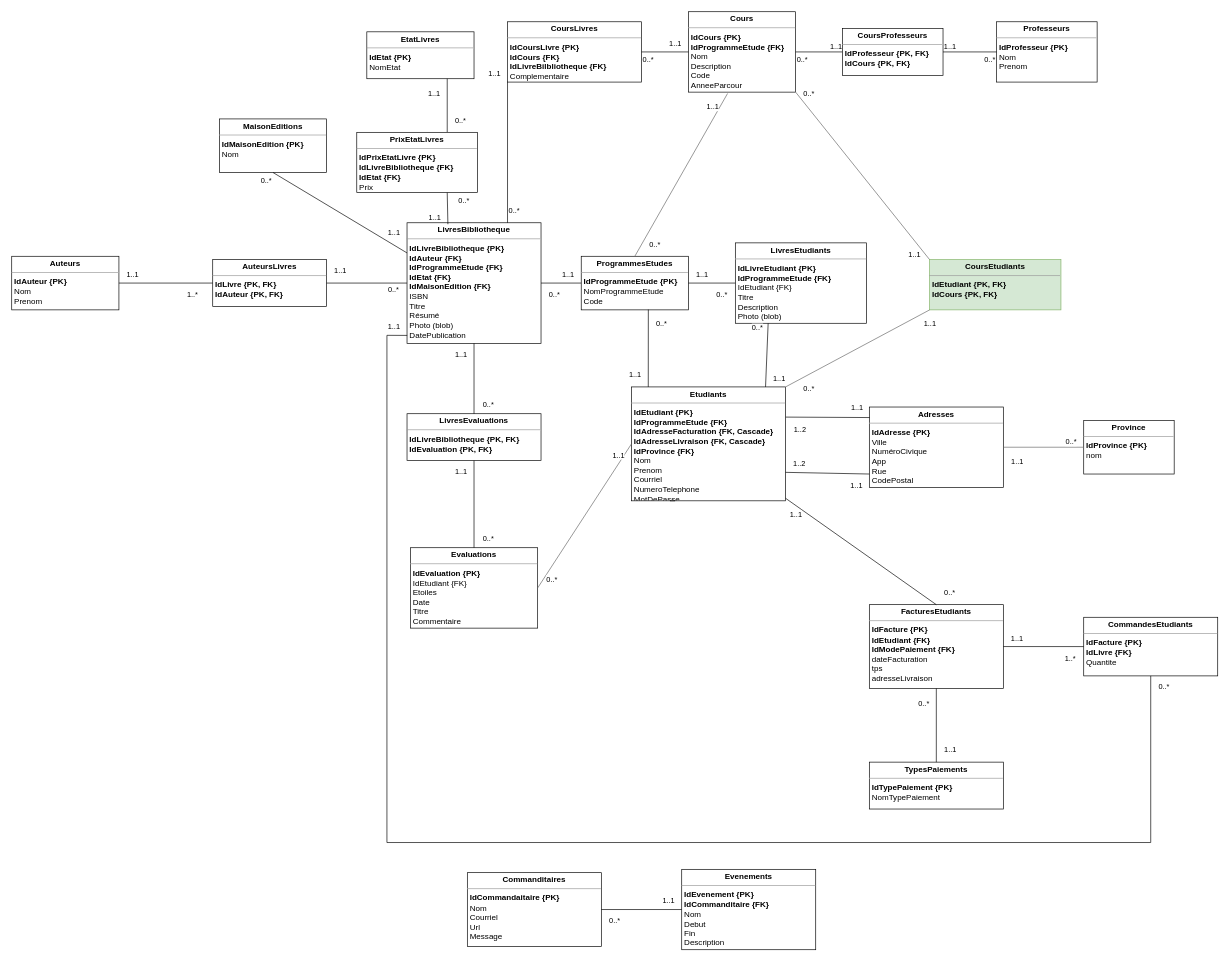
Above: page "Page-1" (1 of 2) of org/diagrammes/modele-bd/modele-bd.drawio in Feelschevreuil/vlisside-Survivor (draw.io), before the change. Source tidied: cells renumbered, new cells numbered last; positions are measured from the earlier drawing's top-left corner, leaving out a move shared by most shapes. Both pictures are drawn from the tidied source at 67%, with x=0, y=0 at pixel (11, 11).
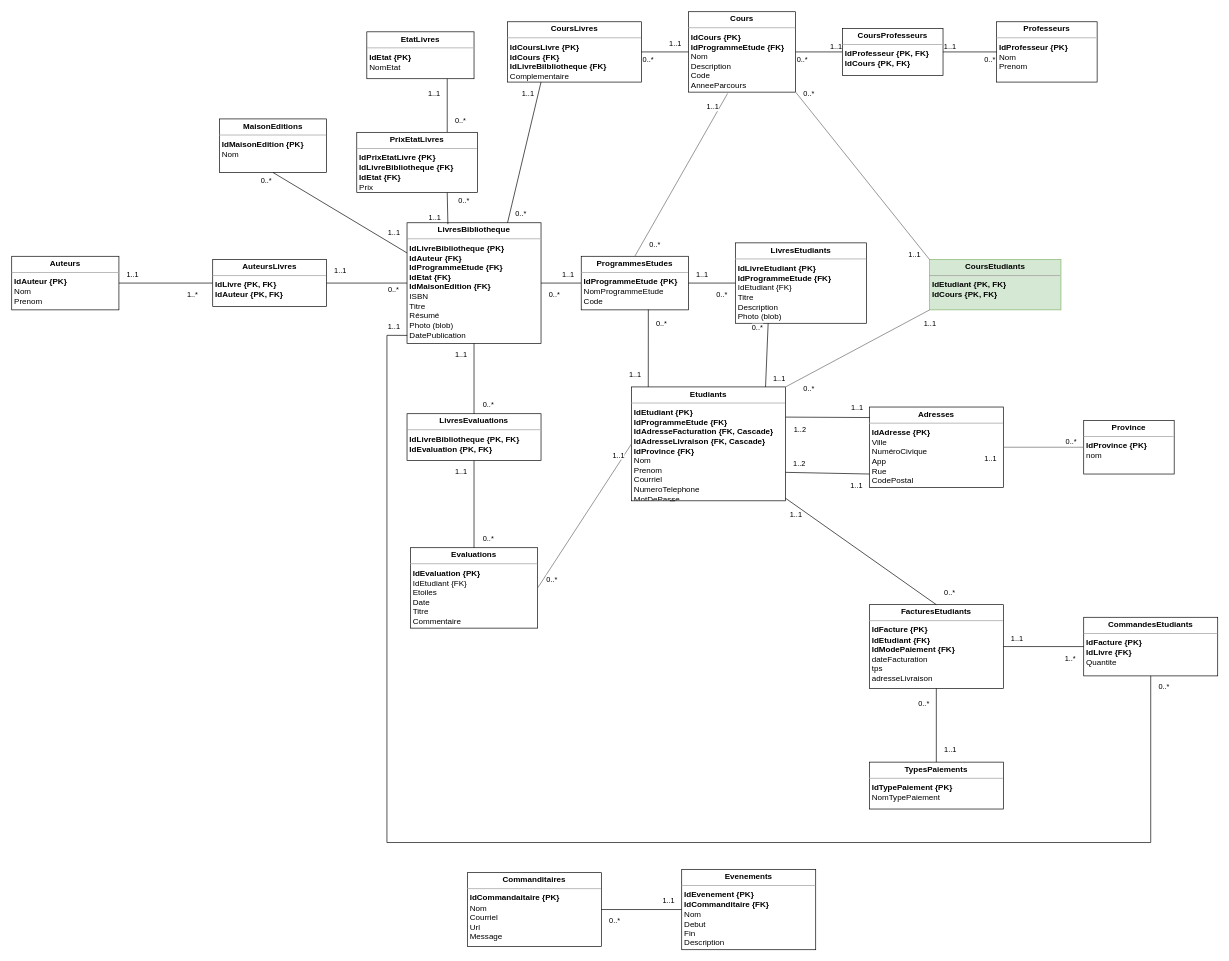
After the change.

Commit message:
docs: typo du modèle de donnée

Unchanged cells that the change refers to:
```xml
<mxCell id="2" value="&lt;p style=&quot;margin: 0px ; margin-top: 4px ; text-align: center&quot;&gt;&lt;b&gt;LivresBibliotheque&lt;/b&gt;&lt;/p&gt;&lt;hr size=&quot;1&quot;&gt;&lt;p style=&quot;margin: 0px ; margin-left: 4px&quot;&gt;&lt;b&gt;IdLivreBibliotheque {PK}&lt;/b&gt;&lt;/p&gt;&lt;p style=&quot;margin: 0px ; margin-left: 4px&quot;&gt;&lt;b&gt;IdAuteur {FK}&lt;/b&gt;&lt;/p&gt;&lt;p style=&quot;margin: 0px ; margin-left: 4px&quot;&gt;&lt;b&gt;IdProgrammeEtude {FK}&lt;/b&gt;&lt;/p&gt;&lt;p style=&quot;margin: 0px ; margin-left: 4px&quot;&gt;&lt;b&gt;IdEtat {FK}&lt;/b&gt;&lt;/p&gt;&lt;p style=&quot;margin: 0px ; margin-left: 4px&quot;&gt;&lt;b&gt;IdMaisonEdition {FK}&lt;/b&gt;&lt;/p&gt;&lt;p style=&quot;margin: 0px ; margin-left: 4px&quot;&gt;ISBN&lt;/p&gt;&lt;p style=&quot;margin: 0px ; margin-left: 4px&quot;&gt;Titre&lt;/p&gt;&lt;p style=&quot;margin: 0px ; margin-left: 4px&quot;&gt;Résumé&lt;/p&gt;&lt;p style=&quot;margin: 0px ; margin-left: 4px&quot;&gt;Photo (blob)&lt;/p&gt;&lt;p style=&quot;margin: 0px ; margin-left: 4px&quot;&gt;DatePublication&lt;/p&gt;" style="verticalAlign=top;align=left;overflow=fill;fontSize=12;fontFamily=Helvetica;html=1;" parent="1" vertex="1">
  <mxGeometry x="590" y="315" width="200" height="180" as="geometry" />
</mxCell>
<mxCell id="69" value="&lt;p style=&quot;margin: 0px ; margin-top: 4px ; text-align: center&quot;&gt;&lt;b&gt;CoursLivres&lt;/b&gt;&lt;/p&gt;&lt;hr size=&quot;1&quot;&gt;&lt;p style=&quot;margin: 0px ; margin-left: 4px&quot;&gt;&lt;span&gt;&lt;b&gt;IdCoursLivre {PK}&lt;/b&gt;&lt;/span&gt;&lt;/p&gt;&lt;p style=&quot;margin: 0px ; margin-left: 4px&quot;&gt;&lt;span&gt;&lt;b&gt;IdCours {FK}&lt;/b&gt;&lt;/span&gt;&lt;/p&gt;&lt;p style=&quot;margin: 0px ; margin-left: 4px&quot;&gt;&lt;span&gt;&lt;b&gt;IdLivreBilbliotheque {FK}&lt;/b&gt;&lt;/span&gt;&lt;/p&gt;&lt;p style=&quot;margin: 0px ; margin-left: 4px&quot;&gt;&lt;span&gt;Complementaire&lt;/span&gt;&lt;/p&gt;" style="verticalAlign=top;align=left;overflow=fill;fontSize=12;fontFamily=Helvetica;html=1;" parent="1" vertex="1">
  <mxGeometry x="740" y="15" width="200" height="90" as="geometry" />
</mxCell>
<mxCell id="104" style="endArrow=none;html=1;rounded=0;exitX=1;exitY=0.5;exitDx=0;exitDy=0;entryX=0;entryY=0.5;entryDx=0;entryDy=0;endFill=0;strokeColor=#666666;fillColor=#f5f5f5;" parent="1" edge="1" source="35" target="103">
  <mxGeometry relative="1" as="geometry" />
</mxCell>
```

Diff of the diagram source:
```diff
@@
-    <mxCell id="68" value="&lt;p style=&quot;margin: 0px ; margin-top: 4px ; text-align: center&quot;&gt;&lt;b&gt;Cours&lt;/b&gt;&lt;/p&gt;&lt;hr size=&quot;1&quot;&gt;&lt;p style=&quot;margin: 0px ; margin-left: 4px&quot;&gt;&lt;b&gt;IdCours {PK}&lt;/b&gt;&lt;/p&gt;&lt;p style=&quot;margin: 0px ; margin-left: 4px&quot;&gt;&lt;b&gt;IdProgrammeEtude {FK}&lt;/b&gt;&lt;/p&gt;&lt;p style=&quot;margin: 0px ; margin-left: 4px&quot;&gt;Nom&lt;/p&gt;&lt;p style=&quot;margin: 0px ; margin-left: 4px&quot;&gt;Description&lt;/p&gt;&lt;p style=&quot;margin: 0px ; margin-left: 4px&quot;&gt;Code&lt;/p&gt;&lt;p style=&quot;margin: 0px ; margin-left: 4px&quot;&gt;AnneeParcour&lt;/p&gt;" style="verticalAlign=top;align=left;overflow=fill;fontSize=12;fontFamily=Helvetica;html=1;" parent="1" vertex="1">
+    <mxCell id="68" value="&lt;p style=&quot;margin: 0px ; margin-top: 4px ; text-align: center&quot;&gt;&lt;b&gt;Cours&lt;/b&gt;&lt;/p&gt;&lt;hr size=&quot;1&quot;&gt;&lt;p style=&quot;margin: 0px ; margin-left: 4px&quot;&gt;&lt;b&gt;IdCours {PK}&lt;/b&gt;&lt;/p&gt;&lt;p style=&quot;margin: 0px ; margin-left: 4px&quot;&gt;&lt;b&gt;IdProgrammeEtude {FK}&lt;/b&gt;&lt;/p&gt;&lt;p style=&quot;margin: 0px ; margin-left: 4px&quot;&gt;Nom&lt;/p&gt;&lt;p style=&quot;margin: 0px ; margin-left: 4px&quot;&gt;Description&lt;/p&gt;&lt;p style=&quot;margin: 0px ; margin-left: 4px&quot;&gt;Code&lt;/p&gt;&lt;p style=&quot;margin: 0px ; margin-left: 4px&quot;&gt;AnneeParcours&lt;/p&gt;" style="verticalAlign=top;align=left;overflow=fill;fontSize=12;fontFamily=Helvetica;html=1;" parent="1" vertex="1">
       <mxGeometry x="1010" width="160" height="120" as="geometry" />
     </mxCell>
@@
-    <mxCell id="73" style="endArrow=none;html=1;rounded=0;endFill=0;exitX=0.75;exitY=0;exitDx=0;exitDy=0;entryX=0;entryY=1;entryDx=0;entryDy=0;" parent="1" edge="1" source="2" target="69">
+    <mxCell id="73" style="endArrow=none;html=1;rounded=0;endFill=0;exitX=0.75;exitY=0;exitDx=0;exitDy=0;entryX=0.25;entryY=1;entryDx=0;entryDy=0;" parent="1" edge="1" source="2" target="69">
       <mxGeometry relative="1" as="geometry" />
     </mxCell>
     <mxCell id="74" value="0..*" style="edgeLabel;html=1;align=left;verticalAlign=bottom;" parent="73" vertex="1">
       <mxGeometry x="-1" relative="1" as="geometry">
-        <mxPoint y="-10" as="offset" />
+        <mxPoint x="10" y="-5" as="offset" />
       </mxGeometry>
     </mxCell>
     <mxCell id="75" value="1..1" style="edgeLabel;html=1;align=right;verticalAlign=bottom;" parent="73" vertex="1">
       <mxGeometry x="1" relative="1" as="geometry">
-        <mxPoint x="-10" y="-5" as="offset" />
+        <mxPoint x="-10" y="25" as="offset" />
       </mxGeometry>
     </mxCell>
@@
     <mxCell id="105" value="1..1" style="edgeLabel;html=1;align=left;verticalAlign=bottom;fontColor=#000000;" parent="104" vertex="1">
       <mxGeometry x="-1" relative="1" as="geometry">
-        <mxPoint x="10" y="30" as="offset" />
+        <mxPoint x="-30" y="25" as="offset" />
       </mxGeometry>
     </mxCell>
```
